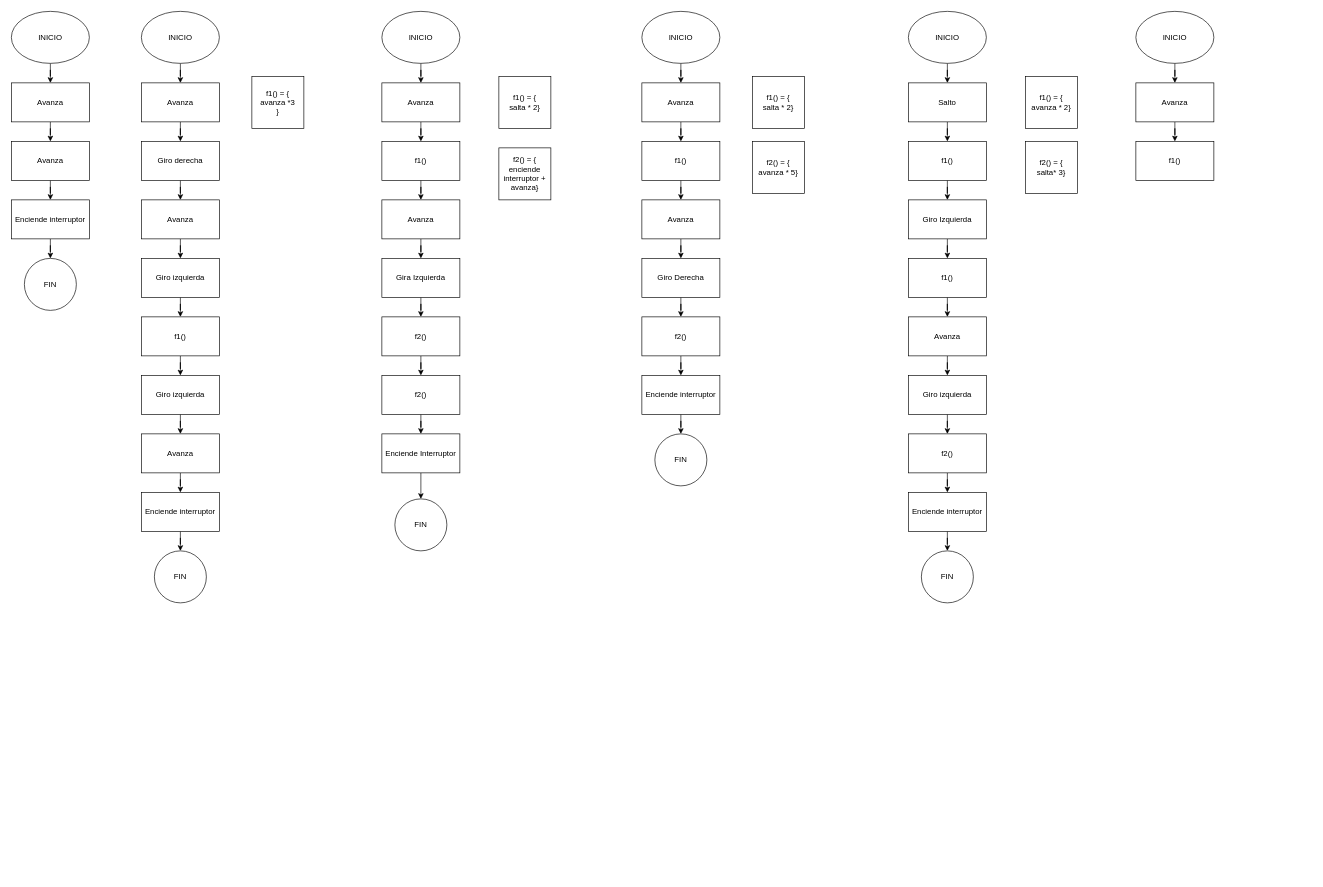
Earlier version of the draw.io diagram LightBot.drawio (yayo31/LightBot-DiagramasFlujo). Source tidied: cells renumbered, new cells numbered last; positions are measured from the earlier drawing's top-left corner, leaving out a move shared by most shapes. Both pictures are drawn from the tidied source at 65%, with x=0, y=0 at pixel (11, 11).
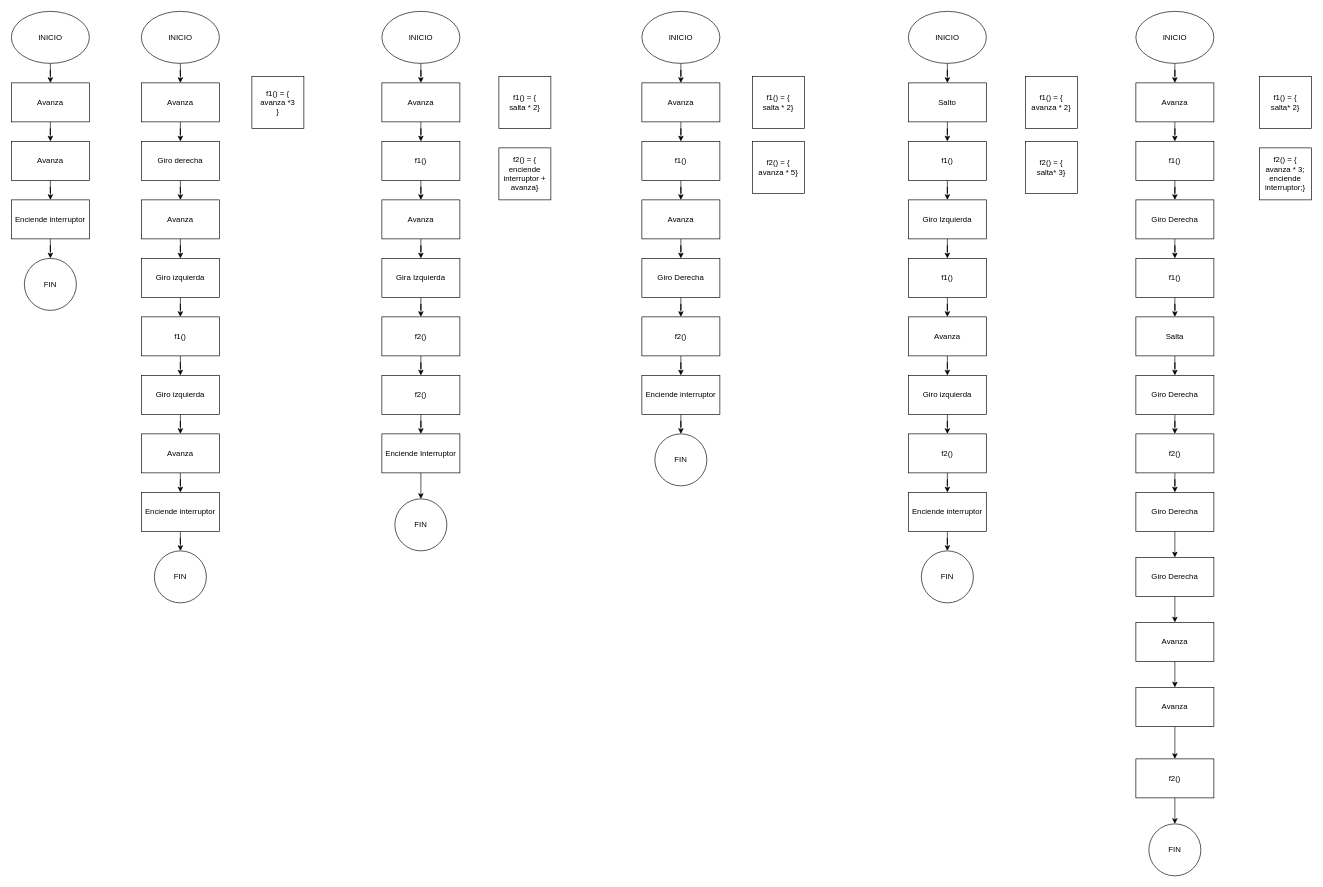
After the change.

The change refers to these unchanged cells:
```xml
<mxCell id="92" value="f1()" style="whiteSpace=wrap;html=1;" parent="1" vertex="1">
  <mxGeometry x="1730" y="200" width="120" height="60" as="geometry" />
</mxCell>
```

Change to the diagram source:
```diff
@@
+    <mxCell id="93" style="edgeStyle=orthogonalEdgeStyle;rounded=0;jettySize=auto;html=1;" parent="1" edge="1" source="92" target="96">
+      <mxGeometry relative="1" as="geometry" />
+    </mxCell>
@@
+    <mxCell id="94" value="f1() = {&lt;br&gt;salta* 2}" style="whiteSpace=wrap;html=1;" parent="1" vertex="1">
+      <mxGeometry x="1920" y="100" width="80" height="80" as="geometry" />
+    </mxCell>
+    <mxCell id="95" style="edgeStyle=orthogonalEdgeStyle;rounded=0;jettySize=auto;html=1;" parent="1" edge="1" source="96" target="98">
+      <mxGeometry relative="1" as="geometry" />
+    </mxCell>
+    <mxCell id="96" value="Giro Derecha" style="whiteSpace=wrap;html=1;" parent="1" vertex="1">
+      <mxGeometry x="1730" y="290" width="120" height="60" as="geometry" />
+    </mxCell>
+    <mxCell id="97" style="edgeStyle=orthogonalEdgeStyle;rounded=0;jettySize=auto;html=1;" parent="1" edge="1" source="98" target="100">
+      <mxGeometry relative="1" as="geometry" />
+    </mxCell>
+    <mxCell id="98" value="f1()" style="whiteSpace=wrap;html=1;" parent="1" vertex="1">
+      <mxGeometry x="1730" y="380" width="120" height="60" as="geometry" />
+    </mxCell>
+    <mxCell id="99" style="edgeStyle=orthogonalEdgeStyle;rounded=0;jettySize=auto;html=1;" parent="1" edge="1" source="100" target="102">
+      <mxGeometry relative="1" as="geometry" />
+    </mxCell>
+    <mxCell id="100" value="Salta" style="whiteSpace=wrap;html=1;" parent="1" vertex="1">
+      <mxGeometry x="1730" y="470" width="120" height="60" as="geometry" />
+    </mxCell>
+    <mxCell id="101" style="edgeStyle=orthogonalEdgeStyle;rounded=0;jettySize=auto;html=1;" parent="1" edge="1" source="102" target="104">
+      <mxGeometry relative="1" as="geometry" />
+    </mxCell>
+    <mxCell id="102" value="Giro Derecha" style="whiteSpace=wrap;html=1;" parent="1" vertex="1">
+      <mxGeometry x="1730" y="560" width="120" height="60" as="geometry" />
+    </mxCell>
+    <mxCell id="103" style="edgeStyle=orthogonalEdgeStyle;rounded=0;jettySize=auto;html=1;" parent="1" edge="1" source="104" target="107">
+      <mxGeometry relative="1" as="geometry" />
+    </mxCell>
+    <mxCell id="104" value="f2()" style="whiteSpace=wrap;html=1;" parent="1" vertex="1">
+      <mxGeometry x="1730" y="650" width="120" height="60" as="geometry" />
+    </mxCell>
+    <mxCell id="105" value="f2() = {&lt;br&gt;avanza * 3;&lt;br&gt;enciende interruptor;}" style="whiteSpace=wrap;html=1;" parent="1" vertex="1">
+      <mxGeometry x="1920" y="210" width="80" height="80" as="geometry" />
+    </mxCell>
+    <mxCell id="106" style="edgeStyle=orthogonalEdgeStyle;rounded=0;jettySize=auto;html=1;" parent="1" edge="1" source="107" target="109">
+      <mxGeometry relative="1" as="geometry" />
+    </mxCell>
+    <mxCell id="107" value="Giro Derecha" style="whiteSpace=wrap;html=1;" parent="1" vertex="1">
+      <mxGeometry x="1730" y="740" width="120" height="60" as="geometry" />
+    </mxCell>
+    <mxCell id="108" style="edgeStyle=orthogonalEdgeStyle;rounded=0;jettySize=auto;html=1;" parent="1" edge="1" source="109" target="111">
+      <mxGeometry relative="1" as="geometry" />
+    </mxCell>
+    <mxCell id="109" value="Giro Derecha" style="whiteSpace=wrap;html=1;" parent="1" vertex="1">
+      <mxGeometry x="1730" y="840" width="120" height="60" as="geometry" />
+    </mxCell>
+    <mxCell id="110" style="edgeStyle=orthogonalEdgeStyle;rounded=0;jettySize=auto;html=1;" parent="1" edge="1" source="111" target="113">
+      <mxGeometry relative="1" as="geometry" />
+    </mxCell>
+    <mxCell id="111" value="Avanza" style="whiteSpace=wrap;html=1;" parent="1" vertex="1">
+      <mxGeometry x="1730" y="940" width="120" height="60" as="geometry" />
+    </mxCell>
+    <mxCell id="112" style="edgeStyle=orthogonalEdgeStyle;rounded=0;jettySize=auto;html=1;" parent="1" edge="1" source="113" target="115">
+      <mxGeometry relative="1" as="geometry" />
+    </mxCell>
+    <mxCell id="113" value="Avanza" style="whiteSpace=wrap;html=1;" parent="1" vertex="1">
+      <mxGeometry x="1730" y="1040" width="120" height="60" as="geometry" />
+    </mxCell>
+    <mxCell id="114" style="edgeStyle=orthogonalEdgeStyle;rounded=0;jettySize=auto;html=1;" parent="1" edge="1" source="115" target="116">
+      <mxGeometry relative="1" as="geometry" />
+    </mxCell>
+    <mxCell id="115" value="f2()" style="whiteSpace=wrap;html=1;" parent="1" vertex="1">
+      <mxGeometry x="1730" y="1150" width="120" height="60" as="geometry" />
+    </mxCell>
+    <mxCell id="116" value="FIN" style="ellipse;whiteSpace=wrap;html=1;" parent="1" vertex="1">
+      <mxGeometry x="1750" y="1250" width="80" height="80" as="geometry" />
+    </mxCell>
```
